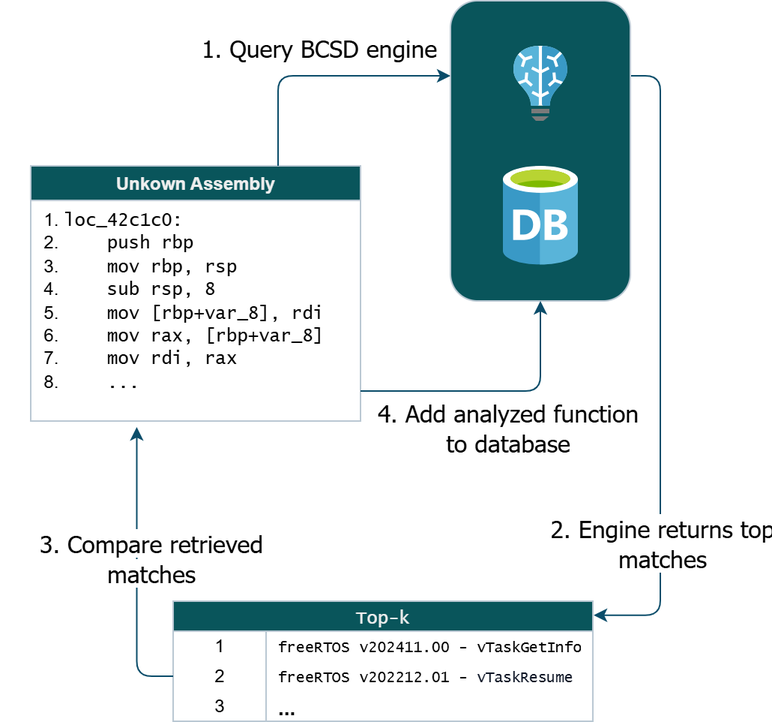
Before: paper/BCSD-schematic.png, a diagram exported from draw.io (carloskiki/asm-feature-extraction). Source tidied: cells renumbered, new cells last; positions are measured from the earlier drawing's top-left corner, leaving out a move shared by most shapes.
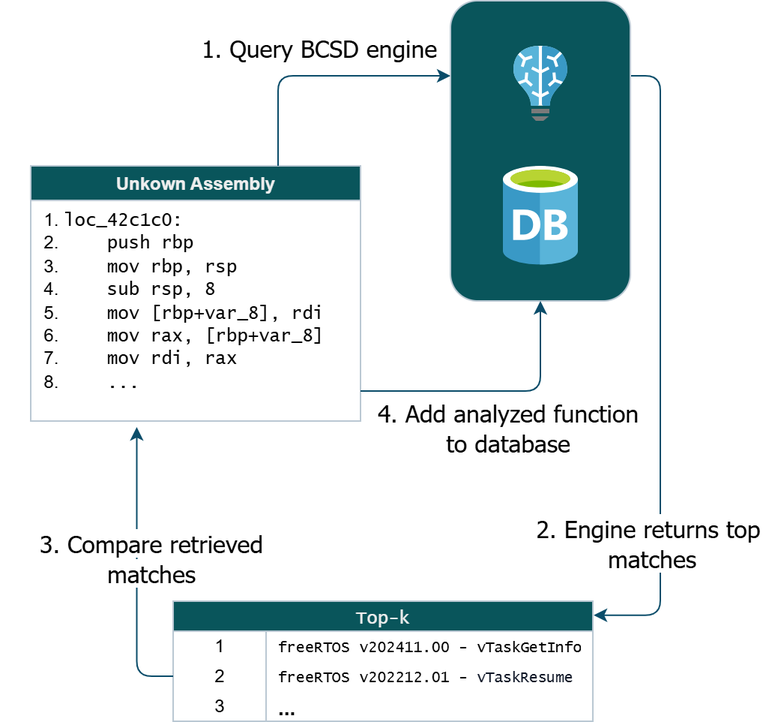
Above is the later version.

Commit message:
fix bogus but no time to run it

Change to the diagram source:
```diff
@@ -5,9 +5,9 @@
     <mxCell id="2" style="edgeStyle=orthogonalEdgeStyle;rounded=1;jettySize=auto;html=1;exitX=1;exitY=0.25;exitDx=0;exitDy=0;entryX=1.002;entryY=0.117;entryDx=0;entryDy=0;strokeColor=#0B4D6A;fontColor=default;entryPerimeter=0;curved=0;labelBackgroundColor=none;" parent="1" edge="1" source="4" target="8">
       <mxGeometry relative="1" as="geometry" />
     </mxCell>
-    <mxCell id="3" value="2. Engine returns top&lt;div&gt;matches&lt;/div&gt;" style="edgeLabel;html=1;align=center;verticalAlign=middle;strokeColor=#BAC8D3;fontColor=#000000;fillColor=#09555B;fontSize=16;fontFamily=Tahoma;labelBackgroundColor=default;" parent="2" vertex="1">
+    <mxCell id="3" value="2. Engine returns top&amp;nbsp;&lt;div&gt;matches&lt;/div&gt;" style="edgeLabel;html=1;align=center;verticalAlign=middle;strokeColor=#BAC8D3;fontColor=#000000;fillColor=#09555B;fontSize=16;fontFamily=Tahoma;labelBackgroundColor=default;" parent="2" vertex="1">
       <mxGeometry x="0.15" relative="1" as="geometry">
-        <mxPoint y="86" as="offset" />
+        <mxPoint x="-7" y="86" as="offset" />
       </mxGeometry>
     </mxCell>
     <mxCell id="4" style="rounded=1;whiteSpace=wrap;html=1;labelBackgroundColor=none;fillColor=#09555B;strokeColor=#BAC8D3;fontColor=#EEEEEE;" parent="1" vertex="1">
```
